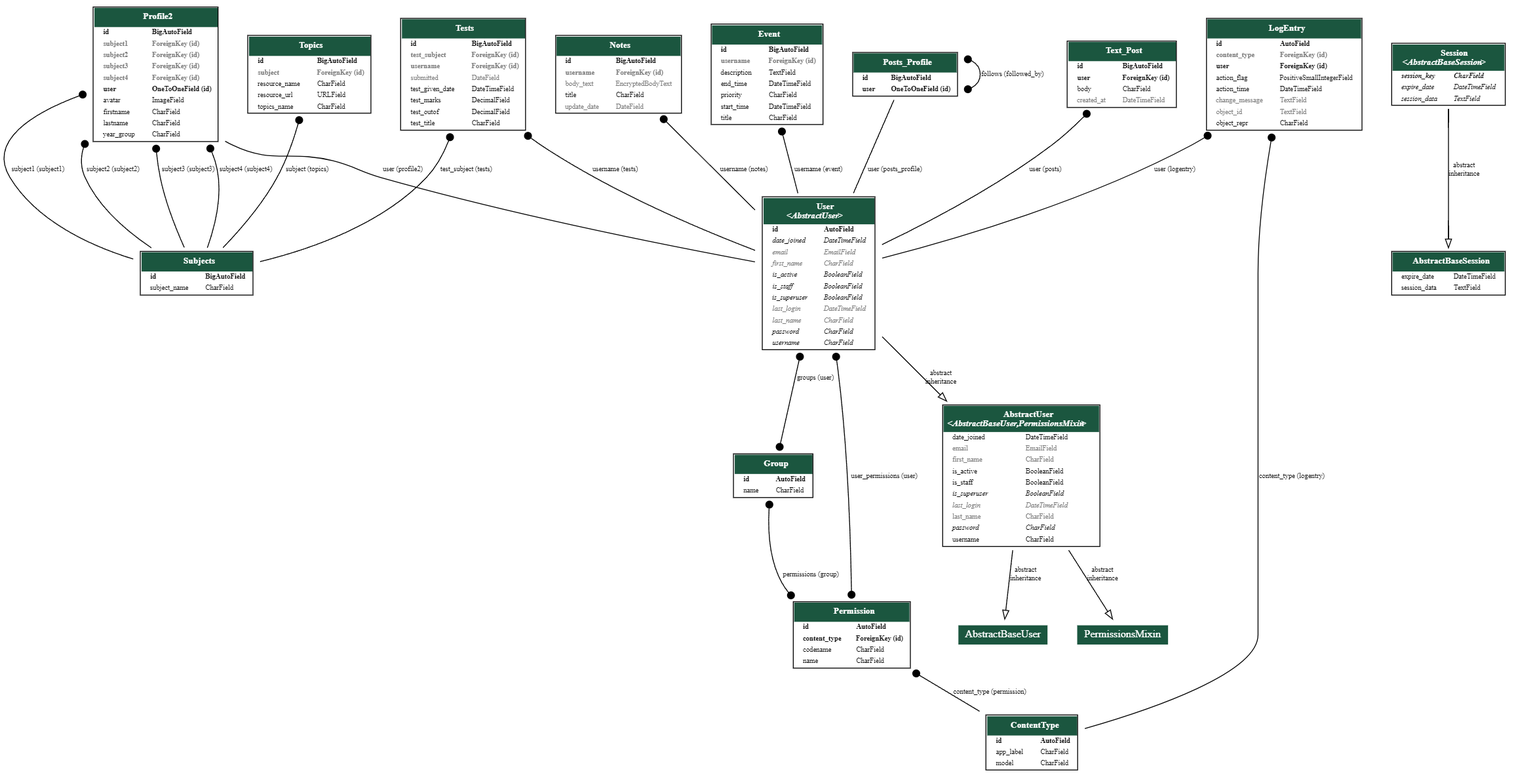
Before: ERD.png, a diagram exported from Graphviz (mohansam/nea_root). Its source is kept beside it as erd.dot.
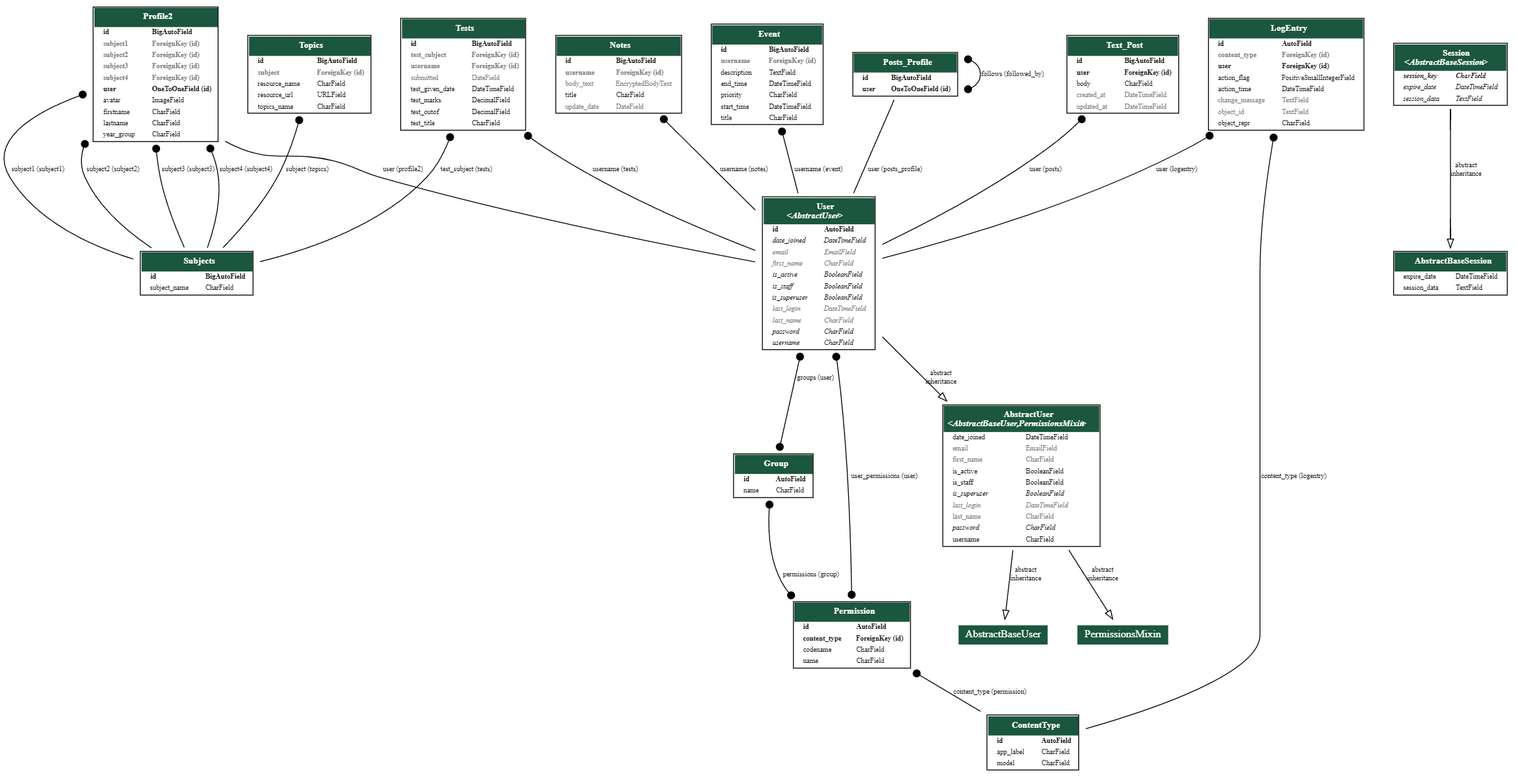
Later version of the same file.

What changed in the source:
```diff
@@ -446,6 +446,14 @@
 
     <TR><TD ALIGN="LEFT" BORDER="0">
     <FONT COLOR="#7B7B7B" FACE="Roboto">created_at</FONT>
+    </TD><TD ALIGN="LEFT">
+    <FONT COLOR="#7B7B7B" FACE="Roboto">DateTimeField</FONT>
+    </TD></TR>
+
+
+
+    <TR><TD ALIGN="LEFT" BORDER="0">
+    <FONT COLOR="#7B7B7B" FACE="Roboto">updated_at</FONT>
     </TD><TD ALIGN="LEFT">
     <FONT COLOR="#7B7B7B" FACE="Roboto">DateTimeField</FONT>
     </TD></TR>
```
